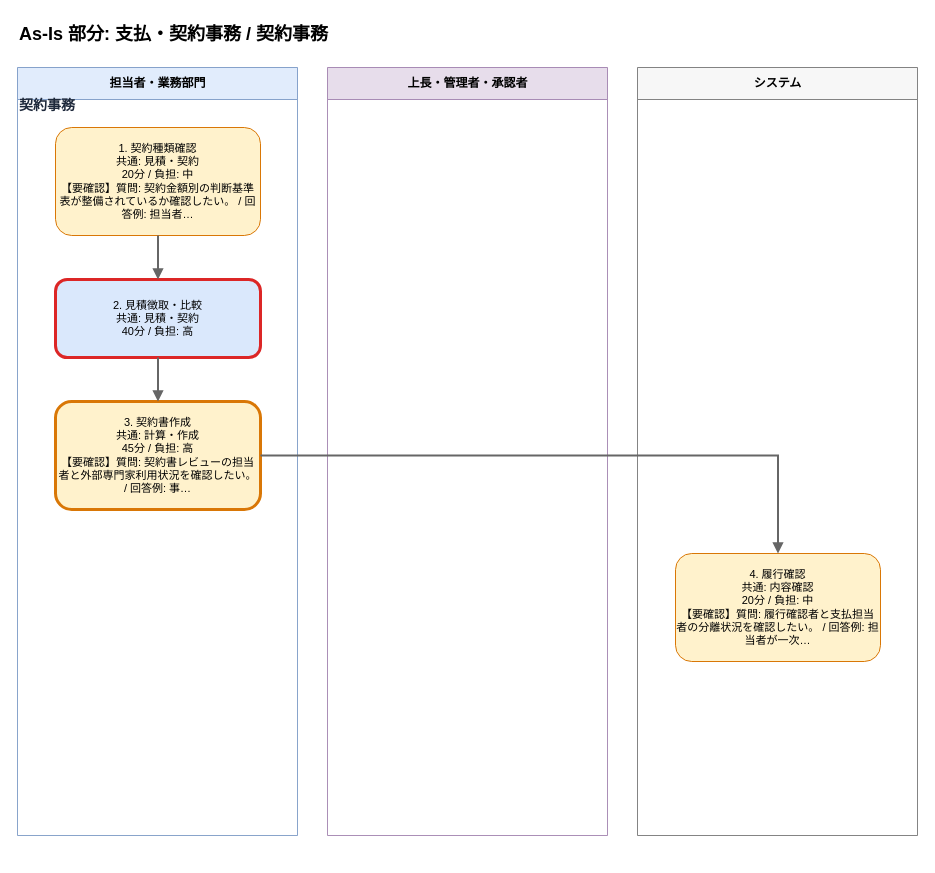
Above: output/flows/asis_支払_契約事務__契約事務_20260608.drawio in Toshiki811/ai-business-analysis-heatmap (draw.io), before the change. Source tidied: cells renumbered, new cells numbered last; positions are measured from the earlier drawing's top-left corner, leaving out a move shared by most shapes. Both pictures are drawn from the tidied source at 100%, with x=0, y=0 at pixel (17, 17).
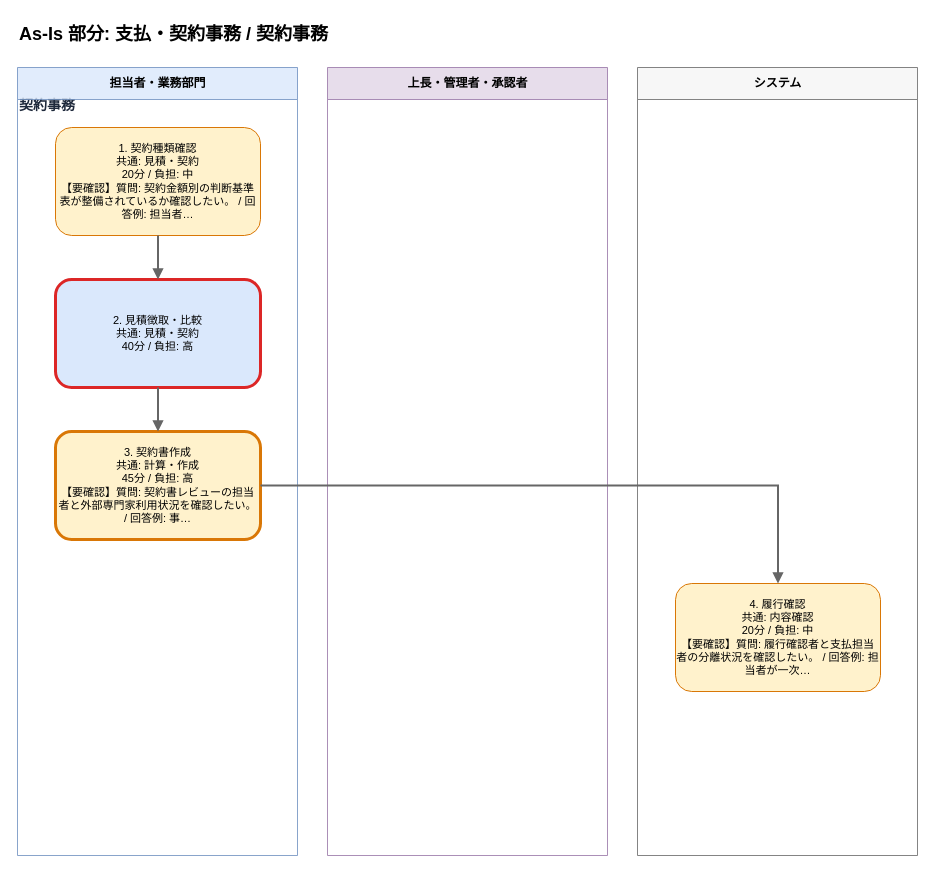
The same page after the edit.

What changed in the source:
```diff
@@
 <mxGraphModel>
   <root>
     <mxCell id="0" />
     <mxCell id="1" parent="0" />
+    <mxCell id="6" value="契約事務" style="text;html=1;strokeColor=none;fillColor=none;align=left;verticalAlign=middle;whiteSpace=wrap;fontSize=14;fontStyle=1;fontColor=#1e293b;" parent="1" vertex="1">
+      <mxGeometry y="76" width="860" height="24" as="geometry" />
+    </mxCell>
     <mxCell id="2" value="As-Is 部分: 支払・契約事務 / 契約事務" style="text;html=1;strokeColor=none;fillColor=none;align=left;fontSize=18;fontStyle=1;" parent="1" vertex="1">
       <mxGeometry width="880" height="30" as="geometry" />
     </mxCell>
     <mxCell id="3" value="担当者・業務部門" style="swimlane;horizontal=1;startSize=32;html=1;fillColor=#dae8fc;strokeColor=#6c8ebf;fontSize=12;fontStyle=1;opacity=80;" parent="1" vertex="1">
-      <mxGeometry y="50" width="280" height="768" as="geometry" />
+      <mxGeometry y="50" width="280" height="788" as="geometry" />
     </mxCell>
     <mxCell id="4" value="上長・管理者・承認者" style="swimlane;horizontal=1;startSize=32;html=1;fillColor=#e1d5e7;strokeColor=#9673a6;fontSize=12;fontStyle=1;opacity=80;" parent="1" vertex="1">
-      <mxGeometry x="310" y="50" width="280" height="768" as="geometry" />
+      <mxGeometry x="310" y="50" width="280" height="788" as="geometry" />
     </mxCell>
     <mxCell id="5" value="システム" style="swimlane;horizontal=1;startSize=32;html=1;fillColor=#f5f5f5;strokeColor=#666666;fontSize=12;fontStyle=1;opacity=80;" parent="1" vertex="1">
-      <mxGeometry x="620" y="50" width="280" height="768" as="geometry" />
+      <mxGeometry x="620" y="50" width="280" height="788" as="geometry" />
     </mxCell>
-    <mxCell id="6" value="契約事務" style="text;html=1;strokeColor=none;fillColor=none;align=left;verticalAlign=middle;whiteSpace=wrap;fontSize=14;fontStyle=1;fontColor=#1e293b;" parent="1" vertex="1">
-      <mxGeometry y="76" width="860" height="24" as="geometry" />
-    </mxCell>
     <mxCell id="7" value="1. 契約種類確認&#10;共通: 見積・契約&#10;20分 / 負担: 中&#10;【要確認】質問: 契約金額別の判断基準表が整備されているか確認したい。 / 回答例: 担当者…" style="rounded=1;whiteSpace=wrap;html=1;fillColor=#fff2cc;strokeColor=#d97706;strokeWidth=1;fontSize=11;fontColor=#000000;" parent="1" vertex="1">
       <mxGeometry x="38" y="110" width="205" height="108" as="geometry" />
     </mxCell>
     <mxCell id="8" value="2. 見積徴取・比較&#10;共通: 見積・契約&#10;40分 / 負担: 高" style="rounded=1;whiteSpace=wrap;html=1;fillColor=#dae8fc;strokeColor=#dc2626;strokeWidth=3;fontSize=11;fontColor=#000000;" parent="1" vertex="1">
-      <mxGeometry x="38" y="262" width="205" height="78" as="geometry" />
+      <mxGeometry x="38" y="262" width="205" height="108" as="geometry" />
     </mxCell>
+    <mxCell id="10" value="3. 契約書作成&#10;共通: 計算・作成&#10;45分 / 負担: 高&#10;【要確認】質問: 契約書レビューの担当者と外部専門家利用状況を確認したい。 / 回答例: 事…" style="rounded=1;whiteSpace=wrap;html=1;fillColor=#fff2cc;strokeColor=#d97706;strokeWidth=3;fontSize=11;fontColor=#000000;" parent="1" vertex="1">
+      <mxGeometry x="38" y="414" width="205" height="108" as="geometry" />
+    </mxCell>
+    <mxCell id="12" value="4. 履行確認&#10;共通: 内容確認&#10;20分 / 負担: 中&#10;【要確認】質問: 履行確認者と支払担当者の分離状況を確認したい。 / 回答例: 担当者が一次…" style="rounded=1;whiteSpace=wrap;html=1;fillColor=#fff2cc;strokeColor=#d97706;strokeWidth=1;fontSize=11;fontColor=#000000;" parent="1" vertex="1">
+      <mxGeometry x="658" y="566" width="205" height="108" as="geometry" />
+    </mxCell>
-    <mxCell id="9" style="edgeStyle=orthogonalEdgeStyle;rounded=0;html=1;strokeColor=#666666;strokeWidth=2;endArrow=block;endFill=1;" parent="1" edge="1" source="7" target="8">
+    <mxCell id="9" style="edgeStyle=orthogonalEdgeStyle;rounded=0;html=1;strokeColor=#666666;strokeWidth=2;endArrow=block;endFill=1;fontSize=11;fontColor=#1f2937;" parent="1" edge="1" source="7" target="8">
       <mxGeometry relative="1" as="geometry" />
     </mxCell>
-    <mxCell id="10" value="3. 契約書作成&#10;共通: 計算・作成&#10;45分 / 負担: 高&#10;【要確認】質問: 契約書レビューの担当者と外部専門家利用状況を確認したい。 / 回答例: 事…" style="rounded=1;whiteSpace=wrap;html=1;fillColor=#fff2cc;strokeColor=#d97706;strokeWidth=3;fontSize=11;fontColor=#000000;" parent="1" vertex="1">
-      <mxGeometry x="38" y="384" width="205" height="108" as="geometry" />
-    </mxCell>
-    <mxCell id="11" style="edgeStyle=orthogonalEdgeStyle;rounded=0;html=1;strokeColor=#666666;strokeWidth=2;endArrow=block;endFill=1;" parent="1" edge="1" source="8" target="10">
+    <mxCell id="11" style="edgeStyle=orthogonalEdgeStyle;rounded=0;html=1;strokeColor=#666666;strokeWidth=2;endArrow=block;endFill=1;fontSize=11;fontColor=#1f2937;" parent="1" edge="1" source="8" target="10">
       <mxGeometry relative="1" as="geometry" />
     </mxCell>
-    <mxCell id="12" value="4. 履行確認&#10;共通: 内容確認&#10;20分 / 負担: 中&#10;【要確認】質問: 履行確認者と支払担当者の分離状況を確認したい。 / 回答例: 担当者が一次…" style="rounded=1;whiteSpace=wrap;html=1;fillColor=#fff2cc;strokeColor=#d97706;strokeWidth=1;fontSize=11;fontColor=#000000;" parent="1" vertex="1">
-      <mxGeometry x="658" y="536" width="205" height="108" as="geometry" />
-    </mxCell>
-    <mxCell id="13" style="edgeStyle=orthogonalEdgeStyle;rounded=0;html=1;strokeColor=#666666;strokeWidth=2;endArrow=block;endFill=1;" parent="1" edge="1" source="10" target="12">
+    <mxCell id="13" style="edgeStyle=orthogonalEdgeStyle;rounded=0;html=1;strokeColor=#666666;strokeWidth=2;endArrow=block;endFill=1;fontSize=11;fontColor=#1f2937;" parent="1" edge="1" source="10" target="12">
       <mxGeometry relative="1" as="geometry" />
     </mxCell>
   </root>
 </mxGraphModel>
```
